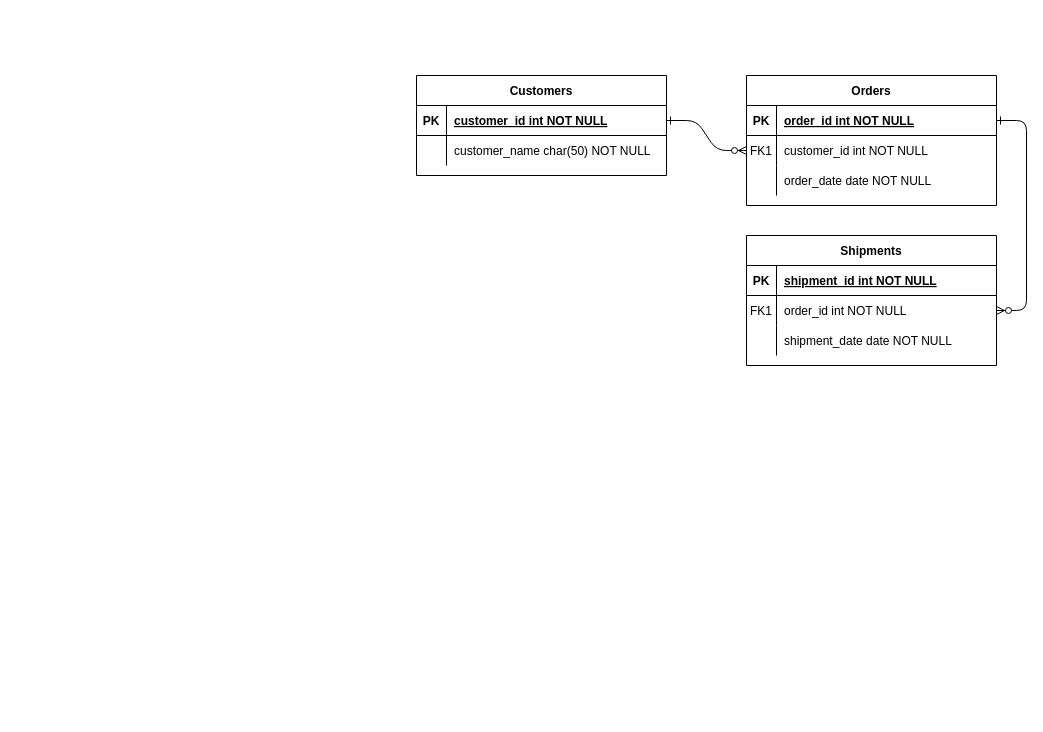
This is entregas - sprints/6to-sprint (Base de Datos)/Diagrama de base de datos.drawio from Evaristodantur/BierClub, a draw.io file, before an edit. Source tidied: cells renumbered, new cells numbered last; positions are measured from the earlier drawing's top-left corner, leaving out a move shared by most shapes. Both pictures are drawn from the tidied source at 100%, with x=0, y=0 at pixel (416, 75).
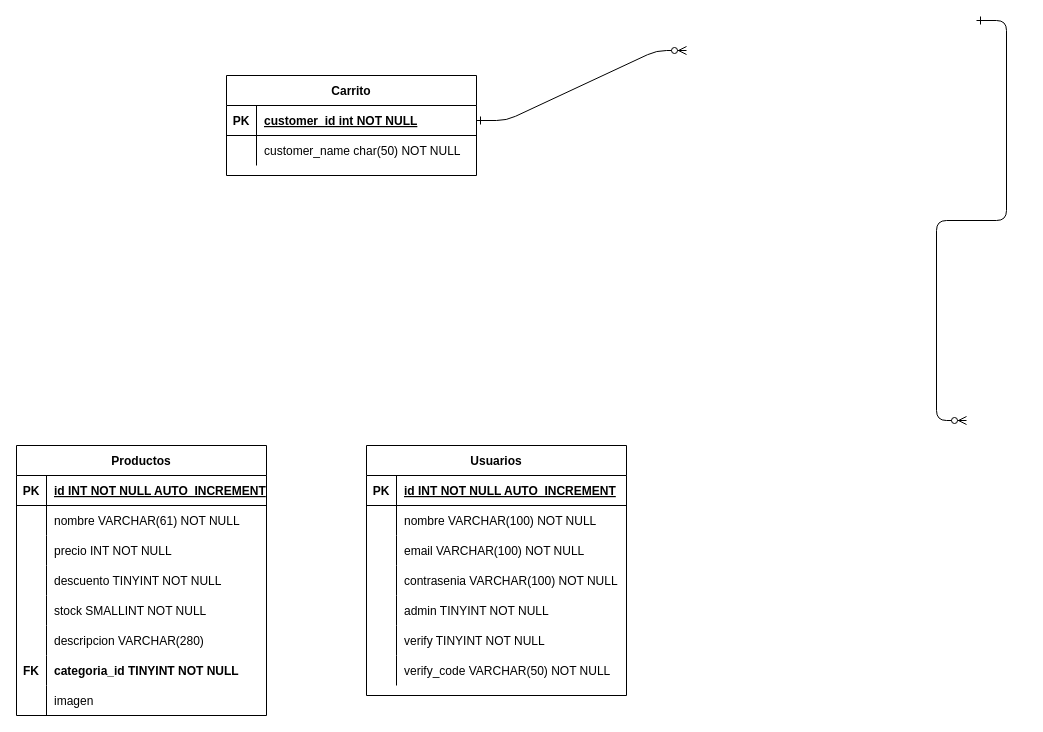
The same page after the edit.

Unchanged cells that the change refers to:
```xml
<mxCell id="5" style="shape=partialRectangle;fillColor=none;points=[[0,0.5],[1,0.5]];portConstraint=eastwest;top=0;left=0;right=0;bottom=1;" parent="4" vertex="1">
  <mxGeometry y="30" width="250" height="30" as="geometry" />
</mxCell>
<mxCell id="8" style="shape=partialRectangle;fillColor=none;points=[[0,0.5],[1,0.5]];portConstraint=eastwest;top=0;left=0;right=0;bottom=0;" parent="4" vertex="1">
  <mxGeometry y="60" width="250" height="30" as="geometry" />
</mxCell>
<mxCell id="11" style="shape=partialRectangle;fillColor=none;top=0;left=0;right=0;bottom=0;" parent="4" vertex="1">
  <mxGeometry y="90" width="250" height="30" as="geometry" />
</mxCell>
```

The edit, as a diff of the source:
```diff
@@
-    <mxCell id="2" style="edgeStyle=entityRelationEdgeStyle;endArrow=ERzeroToMany;startArrow=ERone;endFill=1;startFill=0;" parent="1" edge="1" source="25" target="8">
-      <mxGeometry relative="1" as="geometry" />
+    <mxCell id="2" style="edgeStyle=entityRelationEdgeStyle;endArrow=ERzeroToMany;startArrow=ERone;endFill=1;startFill=0;" parent="1" edge="1" source="25">
+      <mxGeometry relative="1" as="geometry">
+        <mxPoint x="270" y="-25" as="targetPoint" />
+      </mxGeometry>
     </mxCell>
-    <mxCell id="3" style="edgeStyle=entityRelationEdgeStyle;endArrow=ERzeroToMany;startArrow=ERone;endFill=1;startFill=0;" parent="1" edge="1" source="5" target="18">
-      <mxGeometry relative="1" as="geometry" />
+    <mxCell id="3" style="edgeStyle=entityRelationEdgeStyle;endArrow=ERzeroToMany;startArrow=ERone;endFill=1;startFill=0;" parent="1" edge="1">
+      <mxGeometry relative="1" as="geometry">
+        <mxPoint x="560" y="-55" as="sourcePoint" />
+        <mxPoint x="550" y="345" as="targetPoint" />
+      </mxGeometry>
     </mxCell>
+    <mxCell id="24" value="Carrito" style="shape=table;startSize=30;childLayout=tableLayout;rowLines=0;fontStyle=1;align=center;" parent="1" vertex="1">
+      <mxGeometry x="-190" width="250" height="100" as="geometry" />
+    </mxCell>
+    <mxCell id="25" style="shape=partialRectangle;fillColor=none;points=[[0,0.5],[1,0.5]];portConstraint=eastwest;top=0;left=0;right=0;bottom=1;" parent="24" vertex="1">
+      <mxGeometry y="30" width="250" height="30" as="geometry" />
+    </mxCell>
+    <mxCell id="26" value="PK" style="shape=partialRectangle;overflow=hidden;fillColor=none;top=0;left=0;bottom=0;right=0;fontStyle=1;" parent="25" vertex="1">
+      <mxGeometry width="30" height="30" as="geometry" />
+    </mxCell>
+    <mxCell id="27" value="customer_id int NOT NULL " style="shape=partialRectangle;overflow=hidden;fillColor=none;top=0;left=0;bottom=0;right=0;align=left;spacingLeft=6;fontStyle=5;" parent="25" vertex="1">
+      <mxGeometry x="30" width="220" height="30" as="geometry" />
+    </mxCell>
+    <mxCell id="28" style="shape=partialRectangle;fillColor=none;top=0;left=0;right=0;bottom=0;" parent="24" vertex="1">
+      <mxGeometry y="60" width="250" height="30" as="geometry" />
+    </mxCell>
+    <mxCell id="29" style="shape=partialRectangle;overflow=hidden;fillColor=none;top=0;left=0;bottom=0;right=0;" parent="28" vertex="1">
+      <mxGeometry width="30" height="30" as="geometry" />
+    </mxCell>
+    <mxCell id="30" value="customer_name char(50) NOT NULL" style="shape=partialRectangle;overflow=hidden;fillColor=none;top=0;left=0;bottom=0;right=0;align=left;spacingLeft=6;" parent="28" vertex="1">
+      <mxGeometry x="30" width="220" height="30" as="geometry" />
+    </mxCell>
-    <mxCell id="4" value="Orders" style="shape=table;startSize=30;childLayout=tableLayout;rowLines=0;fontStyle=1;align=center;" parent="1" vertex="1">
-      <mxGeometry x="330" width="250" height="130" as="geometry" />
+    <mxCell id="4" value="Productos" style="shape=table;startSize=30;childLayout=tableLayout;rowLines=0;fontStyle=1;align=center;" parent="1" vertex="1">
+      <mxGeometry x="-400" y="370" width="250" height="270" as="geometry" />
     </mxCell>
@@
-    <mxCell id="7" value="order_id int NOT NULL " style="shape=partialRectangle;overflow=hidden;fillColor=none;top=0;left=0;bottom=0;right=0;align=left;spacingLeft=6;fontStyle=5;" parent="5" vertex="1">
-      <mxGeometry x="30" width="220" height="30" as="geometry" />
-    </mxCell>
+    <mxCell id="31" value="id INT NOT NULL AUTO_INCREMENT" style="shape=partialRectangle;overflow=hidden;fillColor=none;top=0;left=0;bottom=0;right=0;align=left;spacingLeft=6;fontStyle=5;" parent="5" vertex="1">
+      <mxGeometry x="30" width="220" height="30" as="geometry" />
+    </mxCell>
@@
-    <mxCell id="9" value="FK1" style="shape=partialRectangle;overflow=hidden;fillColor=none;top=0;left=0;bottom=0;right=0;" parent="8" vertex="1">
+    <mxCell id="9" style="shape=partialRectangle;overflow=hidden;fillColor=none;top=0;left=0;bottom=0;right=0;" parent="8" vertex="1">
       <mxGeometry width="30" height="30" as="geometry" />
     </mxCell>
-    <mxCell id="10" value="customer_id int NOT NULL" style="shape=partialRectangle;overflow=hidden;fillColor=none;top=0;left=0;bottom=0;right=0;align=left;spacingLeft=6;" parent="8" vertex="1">
+    <mxCell id="10" value="nombre VARCHAR(61) NOT NULL" style="shape=partialRectangle;overflow=hidden;fillColor=none;top=0;left=0;bottom=0;right=0;align=left;spacingLeft=6;" parent="8" vertex="1">
       <mxGeometry x="30" width="220" height="30" as="geometry" />
     </mxCell>
@@
-    <mxCell id="13" value="order_date date NOT NULL" style="shape=partialRectangle;overflow=hidden;fillColor=none;top=0;left=0;bottom=0;right=0;align=left;spacingLeft=6;" parent="11" vertex="1">
+    <mxCell id="13" value="precio INT NOT NULL" style="shape=partialRectangle;overflow=hidden;fillColor=none;top=0;left=0;bottom=0;right=0;align=left;spacingLeft=6;" parent="11" vertex="1">
       <mxGeometry x="30" width="220" height="30" as="geometry" />
     </mxCell>
+    <mxCell id="32" style="shape=partialRectangle;fillColor=none;top=0;left=0;right=0;bottom=0;" parent="4" vertex="1">
+      <mxGeometry y="120" width="250" height="30" as="geometry" />
+    </mxCell>
+    <mxCell id="33" style="shape=partialRectangle;overflow=hidden;fillColor=none;top=0;left=0;bottom=0;right=0;" parent="32" vertex="1">
+      <mxGeometry width="30" height="30" as="geometry" />
+    </mxCell>
+    <mxCell id="34" value="descuento TINYINT NOT NULL" style="shape=partialRectangle;overflow=hidden;fillColor=none;top=0;left=0;bottom=0;right=0;align=left;spacingLeft=6;" parent="32" vertex="1">
+      <mxGeometry x="30" width="220" height="30" as="geometry" />
+    </mxCell>
+    <mxCell id="35" style="shape=partialRectangle;fillColor=none;top=0;left=0;right=0;bottom=0;" parent="4" vertex="1">
+      <mxGeometry y="150" width="250" height="30" as="geometry" />
+    </mxCell>
+    <mxCell id="36" style="shape=partialRectangle;overflow=hidden;fillColor=none;top=0;left=0;bottom=0;right=0;" parent="35" vertex="1">
+      <mxGeometry width="30" height="30" as="geometry" />
+    </mxCell>
+    <mxCell id="37" value="stock SMALLINT NOT NULL" style="shape=partialRectangle;overflow=hidden;fillColor=none;top=0;left=0;bottom=0;right=0;align=left;spacingLeft=6;" parent="35" vertex="1">
+      <mxGeometry x="30" width="220" height="30" as="geometry" />
+    </mxCell>
+    <mxCell id="38" style="shape=partialRectangle;fillColor=none;top=0;left=0;right=0;bottom=0;" parent="4" vertex="1">
+      <mxGeometry y="180" width="250" height="30" as="geometry" />
+    </mxCell>
+    <mxCell id="39" style="shape=partialRectangle;overflow=hidden;fillColor=none;top=0;left=0;bottom=0;right=0;" parent="38" vertex="1">
+      <mxGeometry width="30" height="30" as="geometry" />
+    </mxCell>
+    <mxCell id="40" value="descripcion VARCHAR(280)" style="shape=partialRectangle;overflow=hidden;fillColor=none;top=0;left=0;bottom=0;right=0;align=left;spacingLeft=6;" parent="38" vertex="1">
+      <mxGeometry x="30" width="220" height="30" as="geometry" />
+    </mxCell>
+    <mxCell id="41" style="shape=partialRectangle;fillColor=none;top=0;left=0;right=0;bottom=0;" parent="4" vertex="1">
+      <mxGeometry y="210" width="250" height="30" as="geometry" />
+    </mxCell>
+    <mxCell id="42" value="FK" style="shape=partialRectangle;overflow=hidden;fillColor=none;top=0;left=0;bottom=0;right=0;fontStyle=1;" parent="41" vertex="1">
+      <mxGeometry width="30" height="30" as="geometry" />
+    </mxCell>
+    <mxCell id="43" value="categoria_id TINYINT NOT NULL" style="shape=partialRectangle;overflow=hidden;fillColor=none;top=0;left=0;bottom=0;right=0;align=left;spacingLeft=6;fontStyle=1;" parent="41" vertex="1">
+      <mxGeometry x="30" width="220" height="30" as="geometry" />
+    </mxCell>
+    <mxCell id="44" style="shape=partialRectangle;fillColor=none;top=0;left=0;right=0;bottom=0;" parent="4" vertex="1">
+      <mxGeometry y="240" width="250" height="30" as="geometry" />
+    </mxCell>
+    <mxCell id="45" style="shape=partialRectangle;overflow=hidden;fillColor=none;top=0;left=0;bottom=0;right=0;" parent="44" vertex="1">
+      <mxGeometry width="30" height="30" as="geometry" />
+    </mxCell>
+    <mxCell id="46" value="imagen" style="shape=partialRectangle;overflow=hidden;fillColor=none;top=0;left=0;bottom=0;right=0;align=left;spacingLeft=6;" parent="44" vertex="1">
+      <mxGeometry x="30" width="220" height="30" as="geometry" />
+    </mxCell>
-    <mxCell id="14" value="Shipments" style="shape=table;startSize=30;childLayout=tableLayout;rowLines=0;fontStyle=1;align=center;" parent="1" vertex="1">
-      <mxGeometry x="330" y="160" width="250" height="130" as="geometry" />
+    <mxCell id="14" value="Usuarios" style="shape=table;startSize=30;childLayout=tableLayout;rowLines=0;fontStyle=1;align=center;" parent="1" vertex="1">
+      <mxGeometry x="-50" y="370" width="260" height="250" as="geometry" />
     </mxCell>
     <mxCell id="15" style="shape=partialRectangle;fillColor=none;top=0;left=0;right=0;bottom=1;" parent="14" vertex="1">
-      <mxGeometry y="30" width="250" height="30" as="geometry" />
+      <mxGeometry y="30" width="260" height="30" as="geometry" />
     </mxCell>
@@
-    <mxCell id="17" value="shipment_id int NOT NULL " style="shape=partialRectangle;overflow=hidden;fillColor=none;top=0;left=0;bottom=0;right=0;align=left;spacingLeft=6;fontStyle=5;" parent="15" vertex="1">
-      <mxGeometry x="30" width="220" height="30" as="geometry" />
+    <mxCell id="17" value="id INT NOT NULL AUTO_INCREMENT" style="shape=partialRectangle;overflow=hidden;fillColor=none;top=0;left=0;bottom=0;right=0;align=left;spacingLeft=6;fontStyle=5;" parent="15" vertex="1">
+      <mxGeometry x="30" width="230" height="30" as="geometry" />
     </mxCell>
     <mxCell id="18" style="shape=partialRectangle;fillColor=none;points=[[0,0.5],[1,0.5]];portConstraint=eastwest;top=0;left=0;right=0;bottom=0;" parent="14" vertex="1">
-      <mxGeometry y="60" width="250" height="30" as="geometry" />
+      <mxGeometry y="60" width="260" height="30" as="geometry" />
     </mxCell>
-    <mxCell id="19" value="FK1" style="shape=partialRectangle;overflow=hidden;fillColor=none;top=0;left=0;bottom=0;right=0;" parent="18" vertex="1">
+    <mxCell id="19" style="shape=partialRectangle;overflow=hidden;fillColor=none;top=0;left=0;bottom=0;right=0;" parent="18" vertex="1">
       <mxGeometry width="30" height="30" as="geometry" />
     </mxCell>
-    <mxCell id="20" value="order_id int NOT NULL" style="shape=partialRectangle;overflow=hidden;fillColor=none;top=0;left=0;bottom=0;right=0;align=left;spacingLeft=6;" parent="18" vertex="1">
-      <mxGeometry x="30" width="220" height="30" as="geometry" />
+    <mxCell id="20" value="nombre VARCHAR(100) NOT NULL" style="shape=partialRectangle;overflow=hidden;fillColor=none;top=0;left=0;bottom=0;right=0;align=left;spacingLeft=6;" parent="18" vertex="1">
+      <mxGeometry x="30" width="230" height="30" as="geometry" />
     </mxCell>
+    <mxCell id="47" style="shape=partialRectangle;fillColor=none;top=0;left=0;right=0;bottom=0;" parent="14" vertex="1">
+      <mxGeometry y="90" width="260" height="30" as="geometry" />
+    </mxCell>
+    <mxCell id="48" style="shape=partialRectangle;overflow=hidden;fillColor=none;top=0;left=0;bottom=0;right=0;" parent="47" vertex="1">
+      <mxGeometry width="30" height="30" as="geometry" />
+    </mxCell>
+    <mxCell id="49" value="email VARCHAR(100) NOT NULL" style="shape=partialRectangle;overflow=hidden;fillColor=none;top=0;left=0;bottom=0;right=0;align=left;spacingLeft=6;" parent="47" vertex="1">
+      <mxGeometry x="30" width="230" height="30" as="geometry" />
+    </mxCell>
+    <mxCell id="50" style="shape=partialRectangle;fillColor=none;top=0;left=0;right=0;bottom=0;" parent="14" vertex="1">
+      <mxGeometry y="120" width="260" height="30" as="geometry" />
+    </mxCell>
+    <mxCell id="51" style="shape=partialRectangle;overflow=hidden;fillColor=none;top=0;left=0;bottom=0;right=0;" parent="50" vertex="1">
+      <mxGeometry width="30" height="30" as="geometry" />
+    </mxCell>
+    <mxCell id="52" value="contrasenia VARCHAR(100) NOT NULL" style="shape=partialRectangle;overflow=hidden;fillColor=none;top=0;left=0;bottom=0;right=0;align=left;spacingLeft=6;" parent="50" vertex="1">
+      <mxGeometry x="30" width="230" height="30" as="geometry" />
+    </mxCell>
     <mxCell id="21" style="shape=partialRectangle;fillColor=none;top=0;left=0;right=0;bottom=0;" parent="14" vertex="1">
-      <mxGeometry y="90" width="250" height="30" as="geometry" />
+      <mxGeometry y="150" width="260" height="30" as="geometry" />
     </mxCell>
@@
-    <mxCell id="23" value="shipment_date date NOT NULL" style="shape=partialRectangle;overflow=hidden;fillColor=none;top=0;left=0;bottom=0;right=0;align=left;spacingLeft=6;" parent="21" vertex="1">
-      <mxGeometry x="30" width="220" height="30" as="geometry" />
+    <mxCell id="23" value="admin TINYINT NOT NULL" style="shape=partialRectangle;overflow=hidden;fillColor=none;top=0;left=0;bottom=0;right=0;align=left;spacingLeft=6;" parent="21" vertex="1">
+      <mxGeometry x="30" width="230" height="30" as="geometry" />
     </mxCell>
-    <mxCell id="24" value="Customers" style="shape=table;startSize=30;childLayout=tableLayout;rowLines=0;fontStyle=1;align=center;" parent="1" vertex="1">
-      <mxGeometry width="250" height="100" as="geometry" />
-    </mxCell>
-    <mxCell id="25" style="shape=partialRectangle;fillColor=none;points=[[0,0.5],[1,0.5]];portConstraint=eastwest;top=0;left=0;right=0;bottom=1;" parent="24" vertex="1">
-      <mxGeometry y="30" width="250" height="30" as="geometry" />
-    </mxCell>
-    <mxCell id="26" value="PK" style="shape=partialRectangle;overflow=hidden;fillColor=none;top=0;left=0;bottom=0;right=0;fontStyle=1;" parent="25" vertex="1">
-      <mxGeometry width="30" height="30" as="geometry" />
-    </mxCell>
-    <mxCell id="27" value="customer_id int NOT NULL " style="shape=partialRectangle;overflow=hidden;fillColor=none;top=0;left=0;bottom=0;right=0;align=left;spacingLeft=6;fontStyle=5;" parent="25" vertex="1">
-      <mxGeometry x="30" width="220" height="30" as="geometry" />
-    </mxCell>
-    <mxCell id="28" style="shape=partialRectangle;fillColor=none;top=0;left=0;right=0;bottom=0;" parent="24" vertex="1">
-      <mxGeometry y="60" width="250" height="30" as="geometry" />
-    </mxCell>
-    <mxCell id="29" style="shape=partialRectangle;overflow=hidden;fillColor=none;top=0;left=0;bottom=0;right=0;" parent="28" vertex="1">
-      <mxGeometry width="30" height="30" as="geometry" />
-    </mxCell>
-    <mxCell id="30" value="customer_name char(50) NOT NULL" style="shape=partialRectangle;overflow=hidden;fillColor=none;top=0;left=0;bottom=0;right=0;align=left;spacingLeft=6;" parent="28" vertex="1">
-      <mxGeometry x="30" width="220" height="30" as="geometry" />
-    </mxCell>
+    <mxCell id="53" style="shape=partialRectangle;fillColor=none;top=0;left=0;right=0;bottom=0;" parent="14" vertex="1">
+      <mxGeometry y="180" width="260" height="30" as="geometry" />
+    </mxCell>
+    <mxCell id="54" style="shape=partialRectangle;overflow=hidden;fillColor=none;top=0;left=0;bottom=0;right=0;" parent="53" vertex="1">
+      <mxGeometry width="30" height="30" as="geometry" />
+    </mxCell>
+    <mxCell id="55" value="verify TINYINT NOT NULL" style="shape=partialRectangle;overflow=hidden;fillColor=none;top=0;left=0;bottom=0;right=0;align=left;spacingLeft=6;" parent="53" vertex="1">
+      <mxGeometry x="30" width="230" height="30" as="geometry" />
+    </mxCell>
+    <mxCell id="56" style="shape=partialRectangle;fillColor=none;top=0;left=0;right=0;bottom=0;" parent="14" vertex="1">
+      <mxGeometry y="210" width="260" height="30" as="geometry" />
+    </mxCell>
+    <mxCell id="57" style="shape=partialRectangle;overflow=hidden;fillColor=none;top=0;left=0;bottom=0;right=0;" parent="56" vertex="1">
+      <mxGeometry width="30" height="30" as="geometry" />
+    </mxCell>
+    <mxCell id="58" value="verify_code VARCHAR(50) NOT NULL" style="shape=partialRectangle;overflow=hidden;fillColor=none;top=0;left=0;bottom=0;right=0;align=left;spacingLeft=6;" parent="56" vertex="1">
+      <mxGeometry x="30" width="230" height="30" as="geometry" />
+    </mxCell>
```
